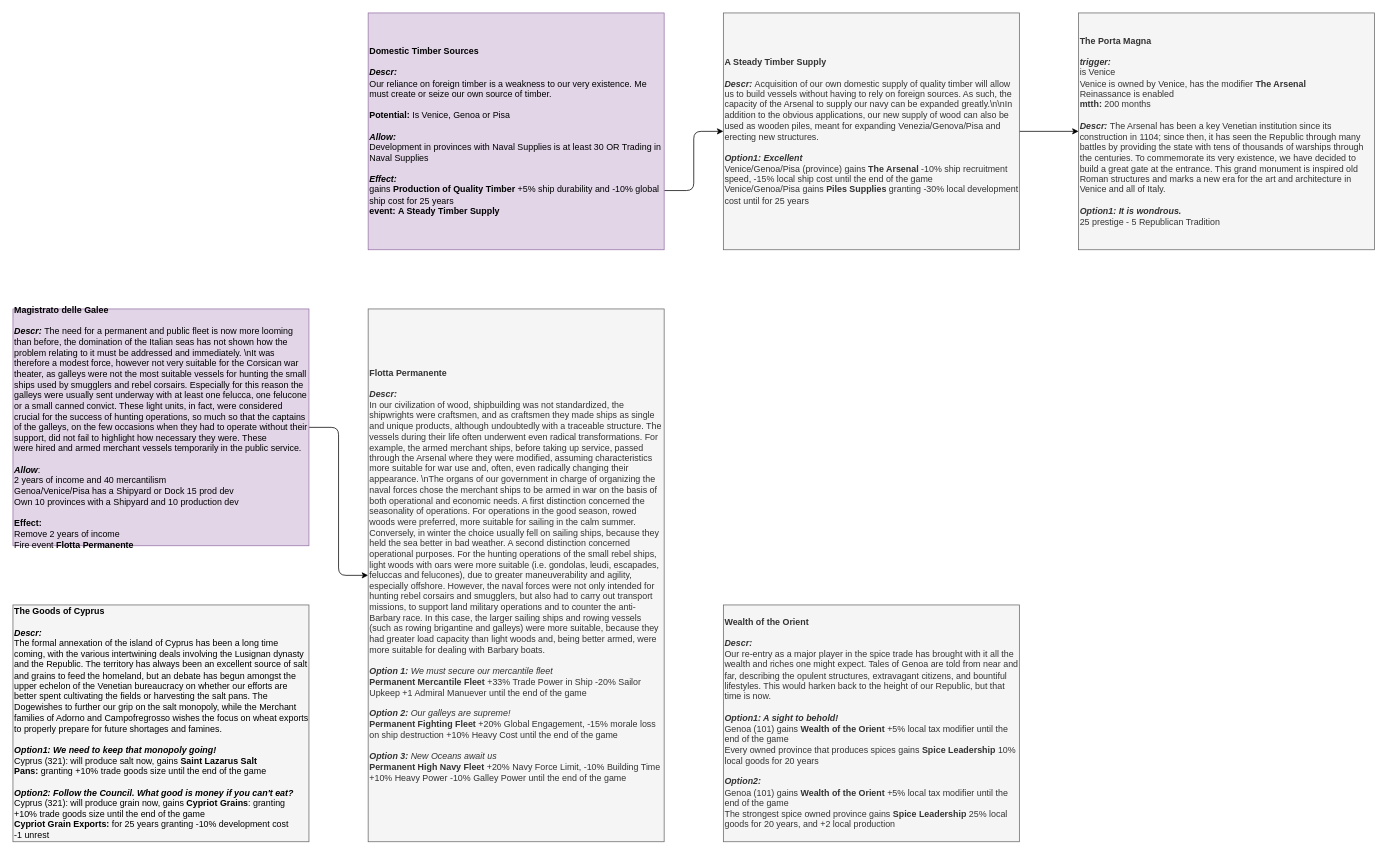
Earlier version of the draw.io diagram It's Repubbliche Marinare Time/Its Repubbliche Marinare Time.drawio (Melvasul/Missions-Expanded). Source tidied: cells renumbered, new cells numbered last; positions are measured from the earlier drawing's top-left corner, leaving out a move shared by most shapes. Both pictures are drawn from the tidied source at 74%, with x=0, y=0 at pixel (13, 13).
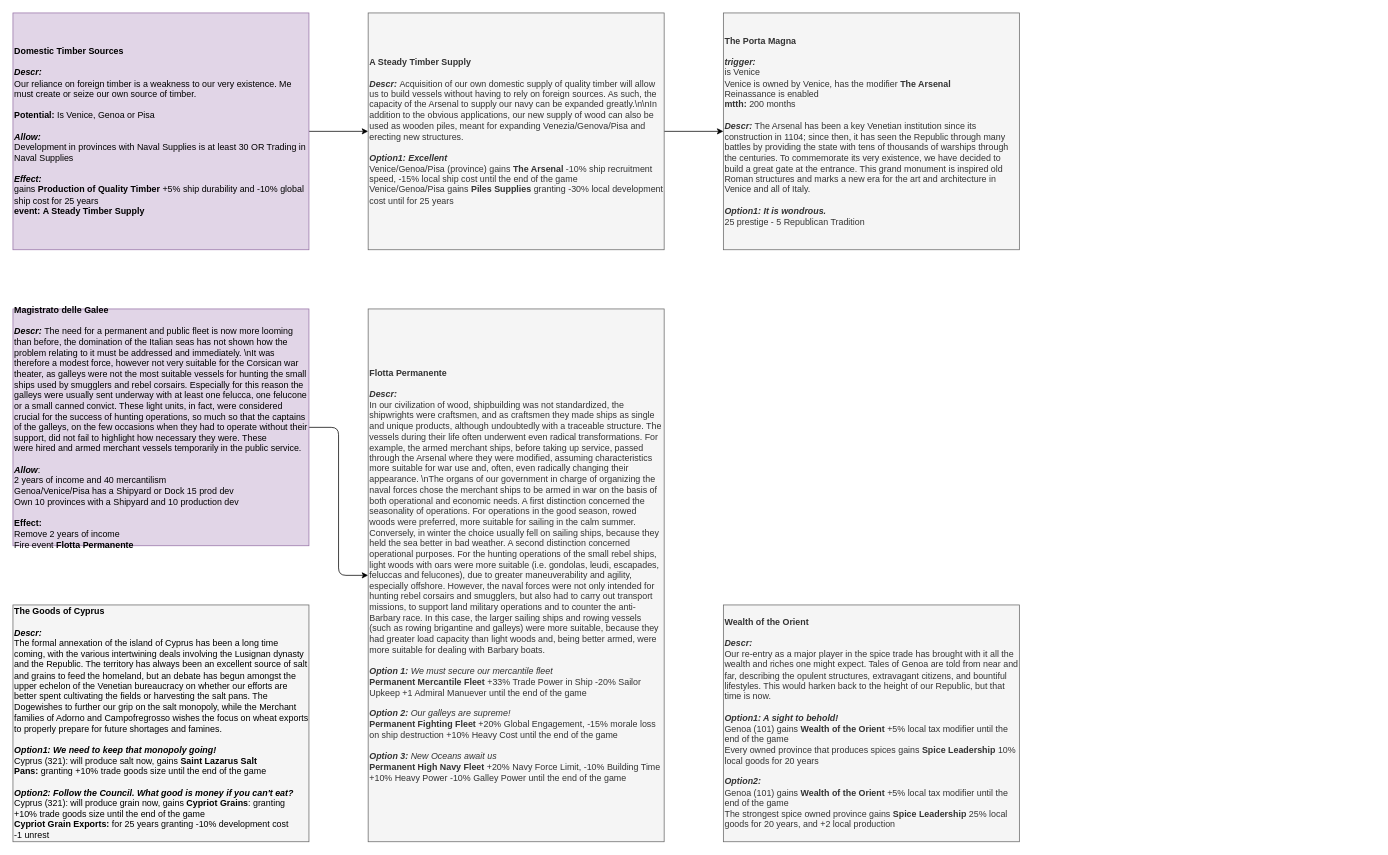
Above is the later version.

What changed in the source:
```diff
@@
 <mxGraphModel>
   <root>
     <mxCell id="0" />
     <mxCell id="1" parent="0" />
-    <mxCell id="2" style="edgeStyle=orthogonalEdgeStyle;rounded=1;jettySize=auto;html=1;exitX=1;exitY=0.75;exitDx=0;exitDy=0;fontSize=10;" parent="1" edge="1" source="3" target="6">
+    <mxCell id="2" style="edgeStyle=orthogonalEdgeStyle;rounded=1;jettySize=auto;html=1;exitX=1;exitY=0.5;exitDx=0;exitDy=0;fontSize=10;" parent="1" edge="1" source="3" target="6">
       <mxGeometry relative="1" as="geometry" />
     </mxCell>
     <mxCell id="3" value="&lt;div style=&quot;font-size: 12px&quot;&gt;&lt;b style=&quot;font-size: 12px&quot;&gt;Domestic Timber Sources&lt;/b&gt;&lt;br style=&quot;font-size: 12px&quot;&gt;&lt;/div&gt;&lt;div style=&quot;font-size: 12px&quot;&gt;&lt;b style=&quot;font-size: 12px&quot;&gt;&lt;br style=&quot;font-size: 12px&quot;&gt;&lt;/b&gt;&lt;/div&gt;&lt;div style=&quot;font-size: 12px&quot;&gt;&lt;b style=&quot;font-size: 12px&quot;&gt;&lt;i style=&quot;font-size: 12px&quot;&gt;Descr:&lt;/i&gt;&lt;/b&gt;&amp;nbsp;&lt;/div&gt;&lt;div style=&quot;font-size: 12px&quot;&gt;Our reliance on foreign timber is a weakness to our very existence. Me must create or seize our own source of timber.&lt;/div&gt;&lt;div style=&quot;font-size: 12px&quot;&gt;&lt;br style=&quot;font-size: 12px&quot;&gt;&lt;/div&gt;&lt;div style=&quot;font-size: 12px&quot;&gt;&lt;b style=&quot;font-size: 12px&quot;&gt;Potential:&lt;/b&gt;&amp;nbsp;Is Venice, Genoa or Pisa&lt;/div&gt;&lt;div style=&quot;font-size: 12px&quot;&gt;&lt;br style=&quot;font-size: 12px&quot;&gt;&lt;/div&gt;&lt;div style=&quot;font-size: 12px&quot;&gt;&lt;b style=&quot;font-size: 12px&quot;&gt;&lt;i style=&quot;font-size: 12px&quot;&gt;Allow:&lt;/i&gt;&lt;/b&gt;&lt;/div&gt;&lt;div style=&quot;font-size: 12px&quot;&gt;Development in provinces with Naval Supplies is at least 30 OR Trading in Naval Supplies&lt;/div&gt;&lt;div style=&quot;font-size: 12px&quot;&gt;&lt;br style=&quot;font-size: 12px&quot;&gt;&lt;/div&gt;&lt;div style=&quot;font-size: 12px&quot;&gt;&lt;span style=&quot;font-size: 12px&quot;&gt;&lt;b style=&quot;font-size: 12px&quot;&gt;&lt;i style=&quot;font-size: 12px&quot;&gt;Effect:&lt;/i&gt;&lt;/b&gt;&lt;/span&gt;&lt;/div&gt;&lt;div style=&quot;font-size: 12px&quot;&gt;gains &lt;font style=&quot;font-size: 12px&quot;&gt;&lt;b style=&quot;font-size: 12px&quot;&gt;Production of Quality Timber&lt;/b&gt;&lt;/font&gt;&amp;nbsp;+&lt;font style=&quot;font-size: 12px&quot;&gt;5&lt;/font&gt;% ship durability and -10% global ship cost for 25 years&lt;br style=&quot;font-size: 12px&quot;&gt;&lt;/div&gt;&lt;div style=&quot;font-size: 12px&quot;&gt;&lt;/div&gt;&lt;b style=&quot;font-size: 12px&quot;&gt;event:&amp;nbsp;A Steady Timber Supply&lt;/b&gt;" style="rounded=0;whiteSpace=wrap;html=1;fillColor=#e1d5e7;strokeColor=#9673a6;fontSize=12;align=left;labelBackgroundColor=none;fontColor=#000000;" parent="1" vertex="1">
-      <mxGeometry x="480" width="400" height="320" as="geometry" />
+      <mxGeometry width="400" height="320" as="geometry" />
     </mxCell>
     <mxCell id="4" value="&lt;div style=&quot;font-size: 12px;&quot;&gt;&lt;b style=&quot;font-size: 12px;&quot;&gt;The Porta Magna&lt;/b&gt;&lt;br style=&quot;font-size: 12px;&quot;&gt;&lt;/div&gt;&lt;div style=&quot;font-size: 12px;&quot;&gt;&lt;i style=&quot;font-size: 12px;&quot;&gt;&lt;b style=&quot;font-size: 12px;&quot;&gt;&lt;br style=&quot;font-size: 12px;&quot;&gt;&lt;/b&gt;&lt;/i&gt;&lt;/div&gt;&lt;div style=&quot;font-size: 12px;&quot;&gt;&lt;i style=&quot;font-size: 12px;&quot;&gt;&lt;b style=&quot;font-size: 12px;&quot;&gt;trigger:&lt;/b&gt;&lt;/i&gt;&lt;/div&gt;&lt;div style=&quot;font-size: 12px;&quot;&gt;is Venice&lt;/div&gt;&lt;div style=&quot;font-size: 12px;&quot;&gt;Venice is owned by Venice, has the modifier&amp;nbsp;&lt;b style=&quot;font-size: 12px;&quot;&gt;The Arsenal&lt;/b&gt;&lt;/div&gt;&lt;div style=&quot;font-size: 12px;&quot;&gt;Reinassance is enabled&lt;/div&gt;&lt;div style=&quot;font-size: 12px;&quot;&gt;&lt;b style=&quot;font-size: 12px;&quot;&gt;mtth:&lt;/b&gt;&amp;nbsp;200 months&lt;/div&gt;&lt;div style=&quot;font-size: 12px;&quot;&gt;&lt;i style=&quot;font-size: 12px;&quot;&gt;&lt;b style=&quot;font-size: 12px;&quot;&gt;&lt;br style=&quot;font-size: 12px;&quot;&gt;&lt;/b&gt;&lt;/i&gt;&lt;/div&gt;&lt;div style=&quot;font-size: 12px;&quot;&gt;&lt;b style=&quot;font-size: 12px;&quot;&gt;&lt;i style=&quot;font-size: 12px;&quot;&gt;Descr:&lt;/i&gt;&lt;/b&gt;&amp;nbsp;The Arsenal has been a key Venetian institution since its construction in 1104; since then, it has seen the Republic through many battles by providing the state with tens of thousands of warships through the centuries. To commemorate its very existence, we have decided to build a great gate at the entrance. This grand monument is inspired old Roman structures and marks a new era for the art and architecture in Venice and all of Italy.&lt;/div&gt;&lt;div style=&quot;font-size: 12px;&quot;&gt;&lt;br style=&quot;font-size: 12px;&quot;&gt;&lt;/div&gt;&lt;div style=&quot;font-size: 12px&quot;&gt;&lt;b style=&quot;font-size: 12px;&quot;&gt;&lt;i style=&quot;font-size: 12px;&quot;&gt;Option1:&amp;nbsp;&lt;/i&gt;&lt;/b&gt;&lt;span style=&quot;font-size: 12px;&quot;&gt;&lt;b style=&quot;font-size: 12px;&quot;&gt;&lt;i style=&quot;font-size: 12px;&quot;&gt;It is wondrous.&lt;/i&gt;&lt;/b&gt;&lt;/span&gt;&lt;/div&gt;&lt;div style=&quot;font-size: 12px&quot;&gt;&lt;span style=&quot;font-size: 12px;&quot;&gt;&lt;font style=&quot;font-size: 12px;&quot;&gt;25 prestige - 5 Republican Tradition&lt;/font&gt;&lt;/span&gt;&lt;/div&gt;" style="rounded=0;whiteSpace=wrap;html=1;fillColor=#f5f5f5;strokeColor=#666666;fontSize=12;align=left;fontColor=#333333;" parent="1" vertex="1">
-      <mxGeometry x="1440" width="400" height="320" as="geometry" />
+      <mxGeometry x="960" width="400" height="320" as="geometry" />
     </mxCell>
     <mxCell id="5" style="edgeStyle=orthogonalEdgeStyle;rounded=1;jettySize=auto;html=1;exitX=1;exitY=0.5;exitDx=0;exitDy=0;fontSize=10;" parent="1" edge="1" source="6" target="4">
       <mxGeometry relative="1" as="geometry" />
     </mxCell>
     <mxCell id="6" value="&lt;div style=&quot;font-size: 12px&quot;&gt;&lt;b style=&quot;font-size: 12px&quot;&gt;A Steady Timber Supply&lt;/b&gt;&lt;br style=&quot;font-size: 12px&quot;&gt;&lt;/div&gt;&lt;div style=&quot;font-size: 12px&quot;&gt;&lt;i style=&quot;font-size: 12px&quot;&gt;&lt;b style=&quot;font-size: 12px&quot;&gt;&lt;br style=&quot;font-size: 12px&quot;&gt;&lt;/b&gt;&lt;/i&gt;&lt;/div&gt;&lt;div style=&quot;font-size: 12px&quot;&gt;&lt;b style=&quot;font-size: 12px&quot;&gt;&lt;i style=&quot;font-size: 12px&quot;&gt;Descr:&lt;/i&gt;&lt;/b&gt;&amp;nbsp;&lt;span style=&quot;font-size: 12px&quot;&gt;Acquisition of our own domestic supply of quality timber will allow us to build vessels without having to rely on foreign sources. As such, the capacity of the Arsenal to supply our navy can be expanded greatly.\n\nIn addition to the obvious applications, our new supply of wood can also be used as wooden piles, meant for expanding Venezia/Genova/Pisa and erecting new structures.&lt;/span&gt;&lt;/div&gt;&lt;div style=&quot;font-size: 12px&quot;&gt;&lt;br style=&quot;font-size: 12px&quot;&gt;&lt;/div&gt;&lt;div style=&quot;font-size: 12px&quot;&gt;&lt;/div&gt;&lt;b style=&quot;font-size: 12px&quot;&gt;&lt;i style=&quot;font-size: 12px&quot;&gt;Option1: Excellent&lt;br&gt;&lt;/i&gt;&lt;/b&gt;&lt;div style=&quot;font-size: 12px&quot;&gt;&lt;font style=&quot;font-size: 12px&quot;&gt;Venice/Genoa/Pisa (province) gains&amp;nbsp;&lt;b style=&quot;font-size: 12px&quot;&gt;The Arsenal&lt;/b&gt;&amp;nbsp;-10% ship recruitment speed, -15% local ship cost until the end of the game&lt;/font&gt;&lt;/div&gt;&lt;div style=&quot;font-size: 12px&quot;&gt;&lt;font style=&quot;font-size: 12px&quot;&gt;Venice/Genoa/Pisa gains &lt;b style=&quot;font-size: 12px&quot;&gt;Piles Supplies&amp;nbsp;&lt;/b&gt;granting -30% local development cost until for 25 years&lt;/font&gt;&lt;/div&gt;" style="rounded=0;whiteSpace=wrap;html=1;fillColor=#f5f5f5;strokeColor=#666666;fontSize=12;align=left;fontColor=#333333;" parent="1" vertex="1">
-      <mxGeometry x="960" width="400" height="320" as="geometry" />
+      <mxGeometry x="480" width="400" height="320" as="geometry" />
     </mxCell>
     <mxCell id="7" value="&lt;div style=&quot;font-size: 12px;&quot;&gt;&lt;font color=&quot;#000000&quot; style=&quot;font-size: 12px;&quot;&gt;&lt;b style=&quot;font-size: 12px;&quot;&gt;The Goods of Cyprus&lt;/b&gt;&lt;br style=&quot;font-size: 12px;&quot;&gt;&lt;/font&gt;&lt;/div&gt;&lt;div style=&quot;font-size: 12px;&quot;&gt;&lt;b style=&quot;font-size: 12px;&quot;&gt;&lt;font color=&quot;#000000&quot; style=&quot;font-size: 12px;&quot;&gt;&lt;br style=&quot;font-size: 12px;&quot;&gt;&lt;/font&gt;&lt;/b&gt;&lt;/div&gt;&lt;div style=&quot;font-size: 12px;&quot;&gt;&lt;font color=&quot;#000000&quot; style=&quot;font-size: 12px;&quot;&gt;&lt;b style=&quot;font-size: 12px;&quot;&gt;&lt;i style=&quot;font-size: 12px;&quot;&gt;Descr:&lt;/i&gt;&lt;/b&gt;&amp;nbsp;&lt;/font&gt;&lt;/div&gt;&lt;div style=&quot;font-size: 12px;&quot;&gt;&lt;font color=&quot;#000000&quot; style=&quot;font-size: 12px;&quot;&gt;The formal annexation of the island of Cyprus has been a long time coming, with the various intertwining deals involving the Lusignan dynasty and the Republic. The territory has always been an excellent source of salt and grains to feed the homeland, but an debate has begun amongst the upper echelon of the Venetian bureaucracy on whether our efforts are better spent cultivating the fields or harvesting the salt pans. The Dogewishes to further our grip on the salt monopoly, while the Merchant families of Adorno and Campofregrosso wishes the focus on wheat exports to properly prepare for future shortages and famines.&lt;/font&gt;&lt;/div&gt;&lt;div style=&quot;font-size: 12px&quot;&gt;&lt;span style=&quot;font-size: 12px&quot;&gt;&lt;font color=&quot;#000000&quot; style=&quot;font-size: 12px;&quot;&gt;&lt;br style=&quot;font-size: 12px&quot;&gt;&lt;/font&gt;&lt;/span&gt;&lt;/div&gt;&lt;div style=&quot;font-size: 12px&quot;&gt;&lt;font color=&quot;#000000&quot; style=&quot;font-size: 12px;&quot;&gt;&lt;b style=&quot;font-size: 12px;&quot;&gt;&lt;i style=&quot;font-size: 12px;&quot;&gt;Option1:&amp;nbsp;&lt;/i&gt;&lt;/b&gt;&lt;i style=&quot;font-size: 12px;&quot;&gt;&lt;b style=&quot;font-size: 12px;&quot;&gt;We need to keep that monopoly going!&lt;/b&gt;&lt;/i&gt;&lt;/font&gt;&lt;/div&gt;&lt;div style=&quot;font-size: 12px&quot;&gt;&lt;font color=&quot;#000000&quot; style=&quot;font-size: 12px;&quot;&gt;&lt;span style=&quot;font-size: 12px;&quot;&gt;Cyprus (321): will produce salt now,&amp;nbsp;&lt;/span&gt;&lt;span style=&quot;font-size: 12px;&quot;&gt;gains&amp;nbsp;&lt;/span&gt;&lt;b style=&quot;font-size: 12px;&quot;&gt;Saint Lazarus Salt Pans&lt;/b&gt;&lt;b style=&quot;font-size: 12px;&quot;&gt;:&lt;/b&gt;&lt;span style=&quot;font-size: 12px;&quot;&gt;&amp;nbsp;granting&amp;nbsp;+10% trade goods size until the end of the game&lt;/span&gt;&lt;/font&gt;&lt;/div&gt;&lt;div style=&quot;font-size: 12px&quot;&gt;&lt;font color=&quot;#000000&quot; style=&quot;font-size: 12px;&quot;&gt;&lt;br style=&quot;font-size: 12px;&quot;&gt;&lt;/font&gt;&lt;/div&gt;&lt;div style=&quot;font-size: 12px&quot;&gt;&lt;font color=&quot;#000000&quot; style=&quot;font-size: 12px;&quot;&gt;&lt;b style=&quot;font-size: 12px;&quot;&gt;&lt;i style=&quot;font-size: 12px;&quot;&gt;Option2:&amp;nbsp;&lt;/i&gt;&lt;/b&gt;&lt;span style=&quot;font-size: 12px;&quot;&gt;&lt;b style=&quot;font-size: 12px;&quot;&gt;&lt;i style=&quot;font-size: 12px;&quot;&gt;Follow the Council. What good is money if you can't eat?&lt;/i&gt;&lt;/b&gt;&lt;/span&gt;&lt;/font&gt;&lt;/div&gt;&lt;div style=&quot;font-size: 12px;&quot;&gt;&lt;div style=&quot;font-size: 12px&quot;&gt;&lt;font color=&quot;#000000&quot; style=&quot;font-size: 12px;&quot;&gt;Cyprus (321): will produce grain now,&amp;nbsp;&lt;span style=&quot;font-size: 12px;&quot;&gt;gains &lt;/span&gt;&lt;b style=&quot;font-size: 12px;&quot;&gt;Cypriot Grains&lt;/b&gt;&lt;span style=&quot;font-size: 12px;&quot;&gt;: granting +10% trade goods size until the end of the game&lt;/span&gt;&lt;/font&gt;&lt;/div&gt;&lt;div style=&quot;font-size: 12px;&quot;&gt;&lt;font color=&quot;#000000&quot; style=&quot;font-size: 12px;&quot;&gt;&lt;b style=&quot;font-size: 12px;&quot;&gt;Cypriot Grain Exports:&lt;/b&gt;&amp;nbsp;for 25 years granting -10% development cost&lt;br style=&quot;font-size: 12px;&quot;&gt;&lt;/font&gt;&lt;/div&gt;&lt;div style=&quot;font-size: 12px;&quot;&gt;&lt;font color=&quot;#000000&quot; style=&quot;font-size: 12px;&quot;&gt;-1 unrest&lt;/font&gt;&lt;/div&gt;&lt;/div&gt;" style="rounded=0;whiteSpace=wrap;html=1;fillColor=#f5f5f5;strokeColor=#666666;fontSize=12;align=left;fontColor=#333333;" parent="1" vertex="1">
       <mxGeometry y="800" width="400" height="320" as="geometry" />
     </mxCell>
     <mxCell id="8" value="&lt;div&gt;&lt;b&gt;Wealth of the Orient&lt;/b&gt;&lt;br&gt;&lt;/div&gt;&lt;div&gt;&lt;b&gt;&lt;br&gt;&lt;/b&gt;&lt;/div&gt;&lt;div&gt;&lt;b&gt;&lt;i&gt;Descr:&lt;/i&gt;&lt;/b&gt;&amp;nbsp;&lt;/div&gt;Our re-entry as a major player in the spice trade has brought with it all the wealth and riches one might expect. Tales of Genoa are told from near and far, describing the opulent structures, extravagant citizens, and bountiful lifestyles. This would harken back to the height of our Republic, but that time is now.&lt;div&gt;&lt;br&gt;&lt;/div&gt;&lt;div style=&quot;font-size: 12px&quot;&gt;&lt;/div&gt;&lt;b&gt;&lt;i&gt;Option1: A sight to behold!&lt;/i&gt;&lt;/b&gt;&lt;br class=&quot;Apple-interchange-newline&quot;&gt;Genoa (101) gains&amp;nbsp;&lt;b&gt;Wealth of the Orient&lt;/b&gt;&amp;nbsp;+5% local tax modifier until the end of the game&lt;div&gt;&lt;font&gt;Every owned province that produces spices gains &lt;b&gt;Spice Leadership&lt;/b&gt;&amp;nbsp;10% local goods for 20 years&lt;/font&gt;&lt;/div&gt;&lt;div&gt;&lt;font&gt;&lt;br&gt;&lt;/font&gt;&lt;/div&gt;&lt;div&gt;&lt;font&gt;&lt;b&gt;&lt;i&gt;Option2:&lt;/i&gt;&lt;/b&gt;&lt;/font&gt;&lt;/div&gt;Genoa (101) gains&amp;nbsp;&lt;b&gt;Wealth of the Orient&lt;/b&gt;&amp;nbsp;+5% local tax modifier until the end of the game&lt;div&gt;&lt;font&gt;The strongest spice owned province gains &lt;b&gt;Spice Leadership&lt;/b&gt;&amp;nbsp;25% local goods for 20 years, and +2 local production&lt;/font&gt;&lt;/div&gt;" style="rounded=0;whiteSpace=wrap;html=1;fillColor=#f5f5f5;strokeColor=#666666;fontSize=12;align=left;fontColor=#333333;" parent="1" vertex="1">
       <mxGeometry x="960" y="800" width="400" height="320" as="geometry" />
     </mxCell>
     <mxCell id="9" style="edgeStyle=orthogonalEdgeStyle;rounded=1;jettySize=auto;html=1;exitX=1;exitY=0.5;exitDx=0;exitDy=0;" parent="1" edge="1" source="10" target="11">
       <mxGeometry relative="1" as="geometry" />
     </mxCell>
     <mxCell id="10" value="&lt;div&gt;&lt;b&gt;Magistrato delle Galee&lt;/b&gt;&lt;br&gt;&lt;/div&gt;&lt;div&gt;&lt;br&gt;&lt;/div&gt;&lt;div style=&quot;font-size: 12px&quot;&gt;&lt;b&gt;&lt;i&gt;Descr:&amp;nbsp;&lt;/i&gt;&lt;/b&gt;&lt;span&gt;The need for a permanent and public fleet is now more looming than before, the domination of the Italian seas has not shown how the problem relating to it must be addressed and immediately. \n&lt;/span&gt;&lt;span&gt;It was therefore a modest force, however not very suitable for the Corsican war theater, as galleys were not the most suitable vessels for hunting the small ships used by smugglers and rebel corsairs. Especially for this reason the galleys were usually sent underway with at least one felucca, one felucone or a small canned convict. These light units, in fact, were considered crucial for the success of hunting operations, so much so that the captains of the galleys, on the few occasions when they had to operate without their support, did not fail to highlight how necessary they were.&amp;nbsp;&lt;/span&gt;&lt;span&gt;These were&amp;nbsp;&lt;/span&gt;&lt;span&gt;hired and armed merchant vessels temporarily in the public service.&lt;/span&gt;&lt;/div&gt;&lt;font&gt;&lt;br&gt;&lt;span style=&quot;font-size: 12px&quot;&gt;&lt;b style=&quot;font-style: italic&quot;&gt;Allow&lt;/b&gt;:&lt;br&gt;&lt;/span&gt;&lt;div&gt;2 years of income and 40 mercantilism&lt;/div&gt;&lt;div&gt;Genoa/Venice/Pisa has a Shipyard or Dock 15 prod dev&lt;/div&gt;&lt;div&gt;Own 10 provinces with a Shipyard and 10 production dev&lt;/div&gt;&lt;div&gt;&lt;br&gt;&lt;/div&gt;&lt;div&gt;&lt;b&gt;Effect:&lt;/b&gt;&lt;/div&gt;&lt;div&gt;Remove 2 years of income&lt;/div&gt;&lt;div&gt;Fire event &lt;b&gt;Flotta Permanente&lt;/b&gt;&lt;/div&gt;&lt;/font&gt;" style="rounded=0;whiteSpace=wrap;html=1;align=left;fontSize=12;fillColor=#e1d5e7;strokeColor=#9673a6;" parent="1" vertex="1">
       <mxGeometry y="400" width="400" height="320" as="geometry" />
     </mxCell>
     <mxCell id="11" value="&lt;div style=&quot;font-size: 12px&quot;&gt;&lt;b&gt;Flotta Permanente&lt;/b&gt;&lt;/div&gt;&lt;div style=&quot;font-size: 12px&quot;&gt;&lt;b&gt;&lt;br&gt;&lt;/b&gt;&lt;/div&gt;&lt;div style=&quot;font-size: 12px&quot;&gt;&lt;b&gt;&lt;i&gt;Descr:&lt;/i&gt;&lt;/b&gt;&lt;br&gt;&lt;/div&gt;&lt;div&gt;&lt;div&gt;In our civilization of wood, shipbuilding was not standardized, the shipwrights were craftsmen, and as craftsmen they made ships as single and unique products, although undoubtedly with a traceable structure. The vessels during their life often underwent even radical transformations. For example, the armed merchant ships, before taking up service, passed through the Arsenal where they were modified, assuming characteristics more suitable for war use and, often, even radically changing their appearance. \n&lt;span&gt;The organs of our government in charge of organizing the naval forces chose the merchant ships to be armed in war on the basis of both operational and economic needs. A first distinction concerned the seasonality of operations. For operations in the good season, rowed woods were preferred, more suitable for sailing in the calm summer. Conversely, in winter the choice usually fell on sailing ships, because they held the sea better in bad weather. A second distinction concerned operational purposes. For the hunting operations of the small rebel ships, light woods with oars were more suitable (i.e. gondolas, leudi, escapades, feluccas and felucones), due to greater maneuverability and agility, especially offshore. However, the naval forces were not only intended for hunting rebel corsairs and smugglers, but also had to carry out transport missions, to support land military operations and to counter the anti-Barbary race. In this case, the larger sailing ships and rowing vessels (such as rowing brigantine and galleys) were more suitable, because they had greater load capacity than light woods and, being better armed, were more suitable for dealing with Barbary boats.&lt;/span&gt;&lt;/div&gt;&lt;/div&gt;&lt;div&gt;&lt;span&gt;&lt;br&gt;&lt;/span&gt;&lt;/div&gt;&lt;div style=&quot;font-size: 12px&quot;&gt;&lt;/div&gt;&lt;font&gt;&lt;b style=&quot;font-size: 12px ; font-style: italic&quot;&gt;Option 1:&lt;/b&gt;&lt;span style=&quot;font-size: 12px ; font-style: italic&quot;&gt;&amp;nbsp;We must secure our mercantile fleet&lt;/span&gt;&lt;br&gt;&lt;b&gt;Permanent Mercantile Fleet&lt;/b&gt;&amp;nbsp;+33% Trade Power in Ship -20% Sailor Upkeep +1 Admiral Manuever until the end of the game&lt;br&gt;&lt;br&gt;&lt;span style=&quot;font-size: 12px&quot;&gt;&lt;i&gt;&lt;b&gt;Option 2:&lt;/b&gt;&amp;nbsp;Our galleys are supreme!&lt;/i&gt;&lt;/span&gt;&lt;br&gt;&lt;div&gt;&lt;b&gt;Permanent Fighting Fleet&lt;/b&gt; +20% Global Engagement, -15% morale loss on ship destruction +10% Heavy Cost until the end of the game&lt;br&gt;&lt;/div&gt;&lt;div&gt;&lt;br&gt;&lt;/div&gt;&lt;div&gt;&lt;i style=&quot;font-weight: bold&quot;&gt;Option 3:&lt;/i&gt;&lt;i&gt; New Oceans await us&lt;/i&gt;&lt;/div&gt;&lt;div&gt;&lt;b&gt;Permanent High Navy Fleet&lt;/b&gt;&amp;nbsp;+20% Navy Force Limit, -10% Building Time +10% Heavy Power -10% Galley Power until the end of the game&lt;i style=&quot;font-weight: bold&quot;&gt;&lt;br&gt;&lt;/i&gt;&lt;/div&gt;&lt;/font&gt;" style="rounded=0;whiteSpace=wrap;html=1;align=left;fontSize=12;fillColor=#f5f5f5;strokeColor=#666666;fontColor=#333333;" parent="1" vertex="1">
       <mxGeometry x="480" y="400" width="400" height="720" as="geometry" />
     </mxCell>
   </root>
 </mxGraphModel>
```
